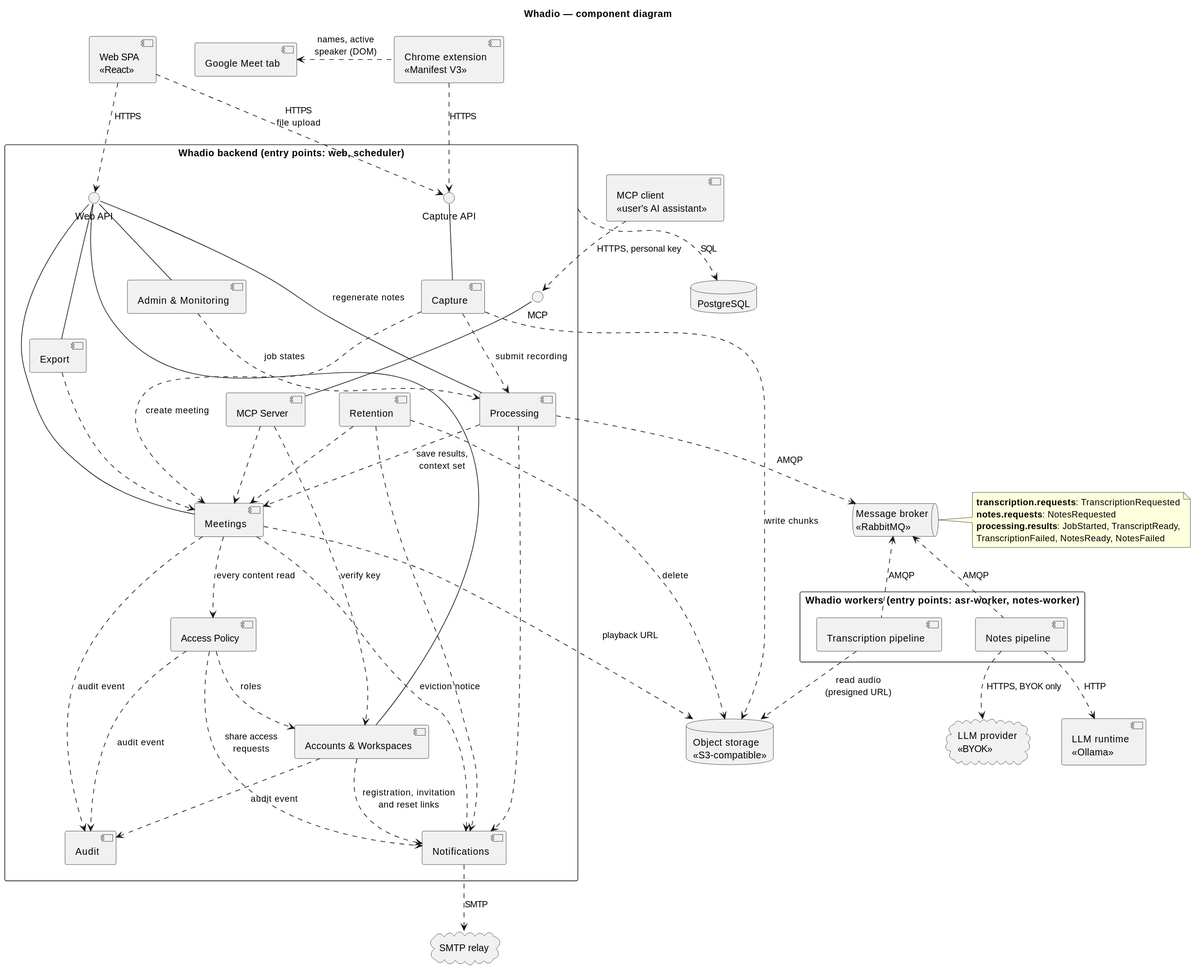
ukma-fin-ssdm-2026/Whadio keeps this PlantUML diagram as docs/architecture/uml/component-diagram.svg. Above is the earlier version.
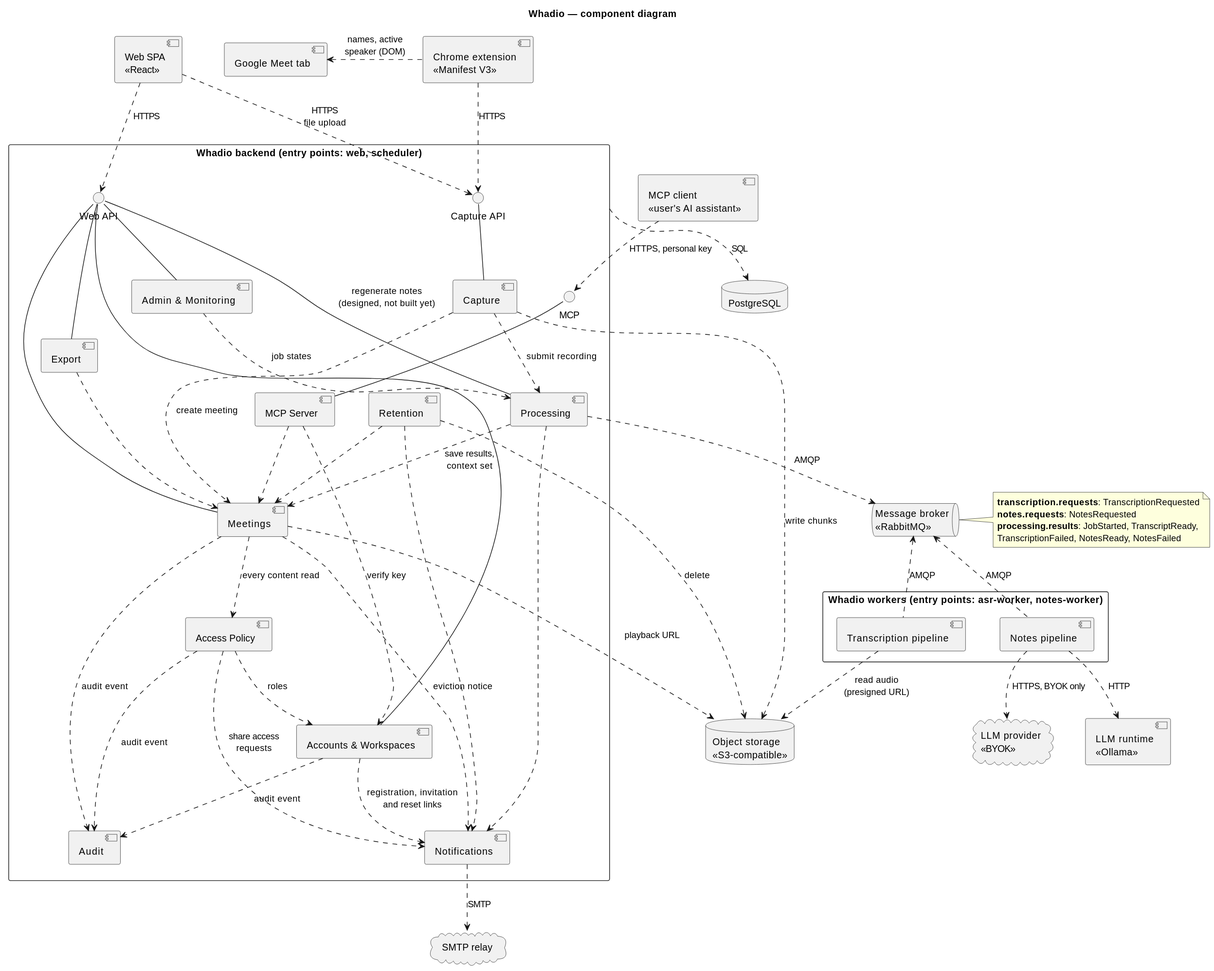
The same file after the commit.

Diff of the diagram source:
```diff
@@ -61,7 +61,7 @@
 ICapture -- capture
 IWeb -- accounts
 IWeb -- meetings
-IWeb -- processing : regenerate notes
+IWeb -- processing : regenerate notes\n(designed, not built yet)
 IWeb -- export
 IWeb -- admin
 IMcp -- mcp
```
